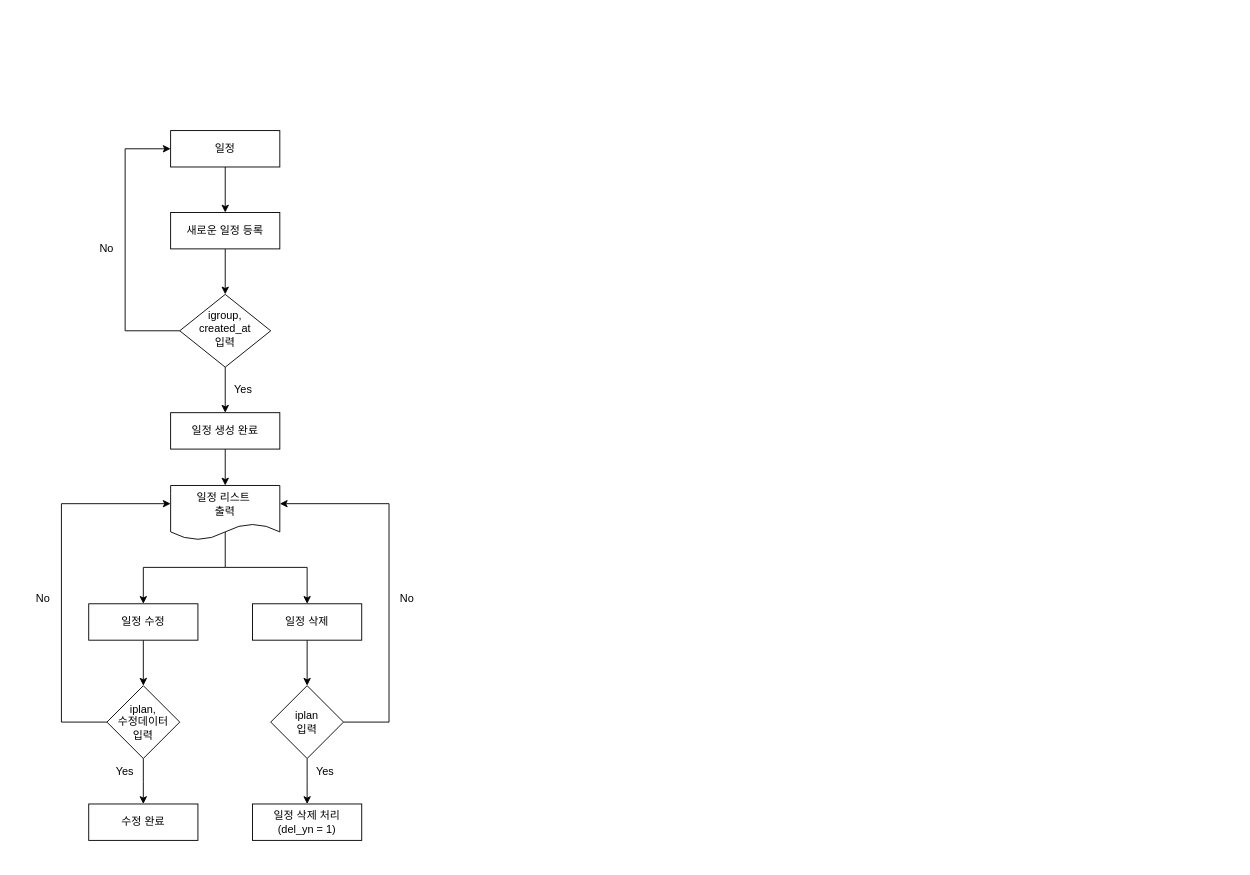
The draw.io diagram 제목 없는 다이어그램.drawio in Dev2hearts/refresh-spring, before the edit. Source tidied: cells renumbered, new cells numbered last; positions are measured from the earlier drawing's top-left corner, leaving out a move shared by most shapes. Both pictures are drawn from the tidied source at 91%, with x=0, y=0 at pixel (15, 130).
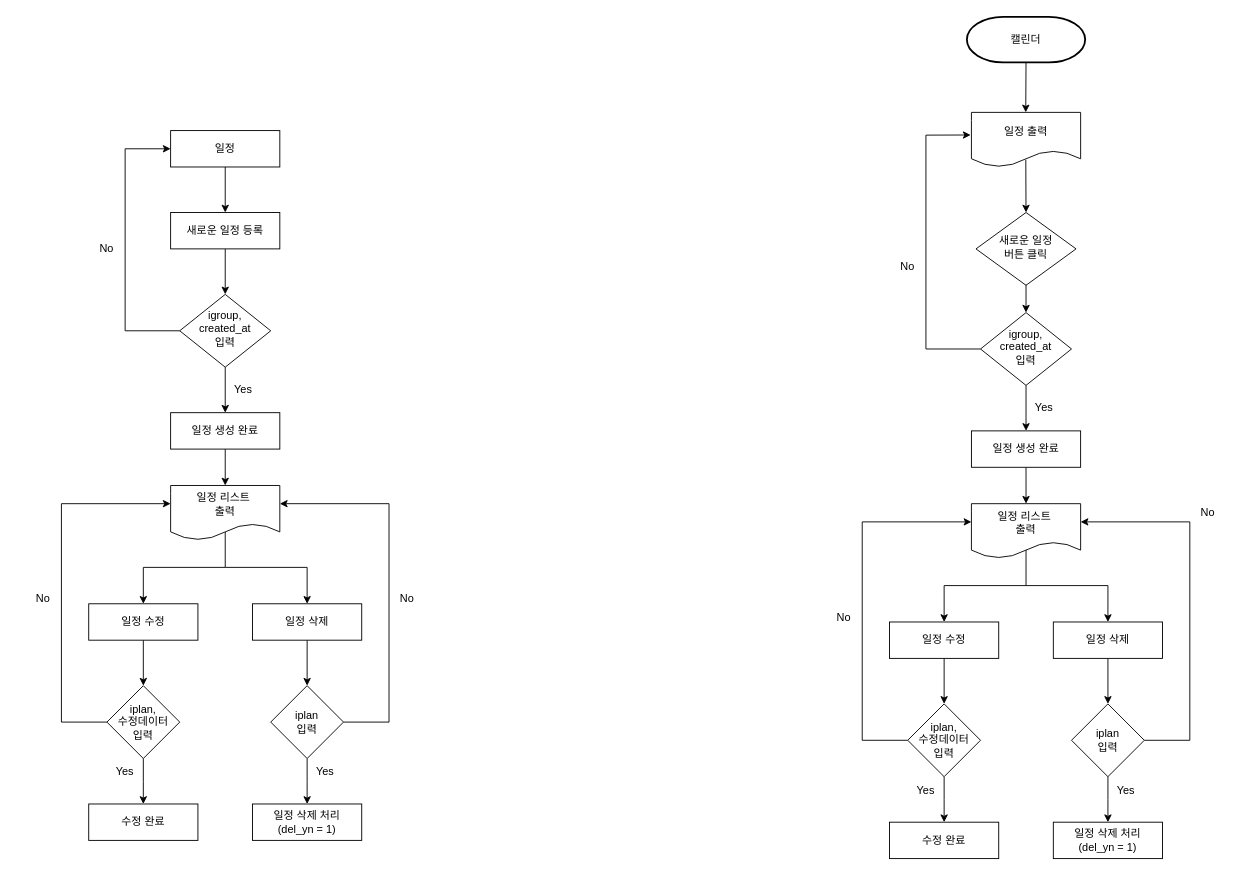
The same page after the edit.

Commit message (it also covers changes not shown here):
제목 없는 다이어그램.drawio 업데이트

The edit, as a diff of the source:
```diff
@@
+    <mxCell id="32" value="&lt;span style=&quot;font-weight: normal;&quot;&gt;igroup,&lt;br style=&quot;border-color: var(--border-color);&quot;&gt;created_at&lt;br style=&quot;border-color: var(--border-color);&quot;&gt;입력&lt;/span&gt;" style="rhombus;whiteSpace=wrap;html=1;shadow=0;fontFamily=Helvetica;fontSize=12;align=center;strokeWidth=1;spacing=6;spacingTop=-4;rounded=0;fontStyle=1;" parent="1" vertex="1">
+      <mxGeometry x="1060" y="200" width="100" height="80" as="geometry" />
+    </mxCell>
+    <mxCell id="33" style="edgeStyle=orthogonalEdgeStyle;rounded=0;jettySize=auto;html=1;" parent="1" edge="1" source="34" target="59">
+      <mxGeometry relative="1" as="geometry" />
+    </mxCell>
+    <mxCell id="34" value="일정 생성 완료" style="rounded=0;whiteSpace=wrap;html=1;fontSize=12;glass=0;strokeWidth=1;shadow=0;" parent="1" vertex="1">
+      <mxGeometry x="1050" y="330" width="120" height="40" as="geometry" />
+    </mxCell>
+    <mxCell id="35" style="endArrow=classic;html=1;rounded=0;exitX=0;exitY=0.5;exitDx=0;exitDy=0;entryX=-0.007;entryY=0.414;entryDx=0;entryDy=0;entryPerimeter=0;" parent="1" edge="1" source="32" target="62">
+      <mxGeometry relative="1" as="geometry">
+        <Array as="points">
+          <mxPoint x="1000" y="240" />
+          <mxPoint x="1000" y="5" />
+        </Array>
+      </mxGeometry>
+    </mxCell>
+    <mxCell id="36" value="No" style="text;html=1;strokeColor=none;fillColor=none;align=center;verticalAlign=middle;whiteSpace=wrap;rounded=0;" parent="1" vertex="1">
+      <mxGeometry x="950" y="135" width="60" height="30" as="geometry" />
+    </mxCell>
+    <mxCell id="37" style="endArrow=classic;html=1;rounded=0;entryX=0.5;entryY=0;entryDx=0;entryDy=0;exitX=0.498;exitY=0.867;exitDx=0;exitDy=0;exitPerimeter=0;" parent="1" edge="1" source="62" target="61">
+      <mxGeometry relative="1" as="geometry" />
+    </mxCell>
+    <mxCell id="38" style="endArrow=classic;html=1;rounded=0;entryX=0.5;entryY=0;entryDx=0;entryDy=0;" parent="1" edge="1" target="32">
+      <mxGeometry relative="1" as="geometry">
+        <mxPoint x="1110" y="165" as="sourcePoint" />
+      </mxGeometry>
+    </mxCell>
+    <mxCell id="39" style="endArrow=classic;html=1;rounded=0;exitX=0.5;exitY=1;exitDx=0;exitDy=0;" parent="1" edge="1" source="32">
+      <mxGeometry relative="1" as="geometry">
+        <mxPoint x="1110" y="330" as="targetPoint" />
+      </mxGeometry>
+    </mxCell>
+    <mxCell id="40" value="Yes" style="text;html=1;strokeColor=none;fillColor=none;align=center;verticalAlign=middle;whiteSpace=wrap;rounded=0;" parent="1" vertex="1">
+      <mxGeometry x="1100" y="290" width="60" height="30" as="geometry" />
+    </mxCell>
+    <mxCell id="41" style="endArrow=classic;html=1;rounded=0;exitX=0.5;exitY=1;exitDx=0;exitDy=0;entryX=0.5;entryY=0;entryDx=0;entryDy=0;" parent="1" edge="1" target="44">
+      <mxGeometry relative="1" as="geometry">
+        <mxPoint x="1110" y="460" as="sourcePoint" />
+        <Array as="points">
+          <mxPoint x="1110" y="500" />
+          <mxPoint x="1020" y="500" />
+        </Array>
+      </mxGeometry>
+    </mxCell>
+    <mxCell id="42" style="endArrow=classic;html=1;rounded=0;" parent="1" edge="1">
+      <mxGeometry relative="1" as="geometry">
+        <mxPoint x="1110" y="500" as="sourcePoint" />
+        <mxPoint x="1200" y="540" as="targetPoint" />
+        <Array as="points">
+          <mxPoint x="1200" y="500" />
+        </Array>
+      </mxGeometry>
+    </mxCell>
+    <mxCell id="43" style="edgeStyle=orthogonalEdgeStyle;rounded=0;jettySize=auto;html=1;" parent="1" edge="1" source="44" target="48">
+      <mxGeometry relative="1" as="geometry" />
+    </mxCell>
+    <mxCell id="44" value="일정 수정" style="rounded=0;whiteSpace=wrap;html=1;fontSize=12;glass=0;strokeWidth=1;shadow=0;" parent="1" vertex="1">
+      <mxGeometry x="960" y="540" width="120" height="40" as="geometry" />
+    </mxCell>
+    <mxCell id="45" style="edgeStyle=orthogonalEdgeStyle;rounded=0;jettySize=auto;html=1;" parent="1" edge="1" source="46" target="51">
+      <mxGeometry relative="1" as="geometry" />
+    </mxCell>
+    <mxCell id="46" value="일정 삭제" style="rounded=0;whiteSpace=wrap;html=1;fontSize=12;glass=0;strokeWidth=1;shadow=0;" parent="1" vertex="1">
+      <mxGeometry x="1140" y="540" width="120" height="40" as="geometry" />
+    </mxCell>
+    <mxCell id="47" style="edgeStyle=orthogonalEdgeStyle;rounded=0;jettySize=auto;html=1;" parent="1" edge="1" source="48">
+      <mxGeometry relative="1" as="geometry">
+        <mxPoint x="1020" y="760" as="targetPoint" />
+      </mxGeometry>
+    </mxCell>
+    <mxCell id="48" value="iplan,&lt;br&gt;수정데이터&lt;br&gt;입력" style="rhombus;whiteSpace=wrap;html=1;rounded=0;glass=0;strokeWidth=1;shadow=0;" parent="1" vertex="1">
+      <mxGeometry x="980" y="630" width="80" height="80" as="geometry" />
+    </mxCell>
+    <mxCell id="49" style="edgeStyle=orthogonalEdgeStyle;rounded=0;jettySize=auto;html=1;exitX=1;exitY=0.5;exitDx=0;exitDy=0;" parent="1" edge="1" source="51" target="59">
+      <mxGeometry relative="1" as="geometry">
+        <Array as="points">
+          <mxPoint x="1290" y="670" />
+          <mxPoint x="1290" y="430" />
+        </Array>
+      </mxGeometry>
+    </mxCell>
+    <mxCell id="50" style="edgeStyle=orthogonalEdgeStyle;rounded=0;jettySize=auto;html=1;" parent="1" edge="1" source="51">
+      <mxGeometry relative="1" as="geometry">
+        <mxPoint x="1200" y="760" as="targetPoint" />
+      </mxGeometry>
+    </mxCell>
+    <mxCell id="51" value="iplan&lt;br&gt;입력" style="rhombus;whiteSpace=wrap;html=1;rounded=0;glass=0;strokeWidth=1;shadow=0;" parent="1" vertex="1">
+      <mxGeometry x="1160" y="630" width="80" height="80" as="geometry" />
+    </mxCell>
+    <mxCell id="52" value="No" style="text;html=1;strokeColor=none;fillColor=none;align=center;verticalAlign=middle;whiteSpace=wrap;rounded=0;" parent="1" vertex="1">
+      <mxGeometry x="1280" y="405" width="60" height="30" as="geometry" />
+    </mxCell>
+    <mxCell id="53" value="일정 삭제 처리&lt;br&gt;(del_yn = 1)" style="rounded=0;whiteSpace=wrap;html=1;fontSize=12;glass=0;strokeWidth=1;shadow=0;" parent="1" vertex="1">
+      <mxGeometry x="1140" y="760" width="120" height="40" as="geometry" />
+    </mxCell>
+    <mxCell id="54" value="Yes" style="text;html=1;strokeColor=none;fillColor=none;align=center;verticalAlign=middle;whiteSpace=wrap;rounded=0;" parent="1" vertex="1">
+      <mxGeometry x="1190" y="710" width="60" height="30" as="geometry" />
+    </mxCell>
+    <mxCell id="55" value="수정 완료" style="rounded=0;whiteSpace=wrap;html=1;fontSize=12;glass=0;strokeWidth=1;shadow=0;" parent="1" vertex="1">
+      <mxGeometry x="960" y="760" width="120" height="40" as="geometry" />
+    </mxCell>
+    <mxCell id="56" value="Yes" style="text;html=1;strokeColor=none;fillColor=none;align=center;verticalAlign=middle;whiteSpace=wrap;rounded=0;" parent="1" vertex="1">
+      <mxGeometry x="970" y="710" width="60" height="30" as="geometry" />
+    </mxCell>
+    <mxCell id="57" style="edgeStyle=orthogonalEdgeStyle;rounded=0;jettySize=auto;html=1;exitX=0;exitY=0.5;exitDx=0;exitDy=0;" parent="1" edge="1" source="48">
+      <mxGeometry relative="1" as="geometry">
+        <mxPoint x="1050" y="430" as="targetPoint" />
+        <Array as="points">
+          <mxPoint x="930" y="670" />
+          <mxPoint x="930" y="430" />
+          <mxPoint x="1049" y="430" />
+        </Array>
+      </mxGeometry>
+    </mxCell>
+    <mxCell id="58" value="No" style="text;html=1;strokeColor=none;fillColor=none;align=center;verticalAlign=middle;whiteSpace=wrap;rounded=0;" parent="1" vertex="1">
+      <mxGeometry x="880" y="520" width="60" height="30" as="geometry" />
+    </mxCell>
+    <mxCell id="59" value="일정 리스트&amp;nbsp;&lt;br&gt;출력" style="shape=document;whiteSpace=wrap;html=1;boundedLbl=1;rounded=0;glass=0;strokeWidth=1;shadow=0;" parent="1" vertex="1">
+      <mxGeometry x="1050" y="410" width="120" height="60" as="geometry" />
+    </mxCell>
+    <mxCell id="60" value="캘린더" style="strokeWidth=2;html=1;shape=mxgraph.flowchart.terminator;whiteSpace=wrap;" parent="1" vertex="1">
+      <mxGeometry x="1045" y="-125" width="130" height="50" as="geometry" />
+    </mxCell>
+    <mxCell id="61" value="새로운&amp;nbsp;일정&lt;br style=&quot;border-color: var(--border-color);&quot;&gt;버튼 클릭" style="rhombus;whiteSpace=wrap;html=1;shadow=0;fontFamily=Helvetica;fontSize=12;align=center;strokeWidth=1;spacing=6;spacingTop=-4;rounded=0;" parent="1" vertex="1">
+      <mxGeometry x="1055" y="90" width="110" height="80" as="geometry" />
+    </mxCell>
+    <mxCell id="62" value="일정 출력" style="shape=document;whiteSpace=wrap;html=1;boundedLbl=1;rounded=0;glass=0;strokeWidth=1;shadow=0;" parent="1" vertex="1">
+      <mxGeometry x="1050" y="-20" width="120" height="60" as="geometry" />
+    </mxCell>
+    <mxCell id="63" style="endArrow=classic;html=1;rounded=0;entryX=0.5;entryY=0;entryDx=0;entryDy=0;exitX=0.5;exitY=1;exitDx=0;exitDy=0;exitPerimeter=0;" parent="1" edge="1" source="60">
+      <mxGeometry relative="1" as="geometry">
+        <mxPoint x="1109.7" y="-20" as="targetPoint" />
+      </mxGeometry>
+    </mxCell>
```
